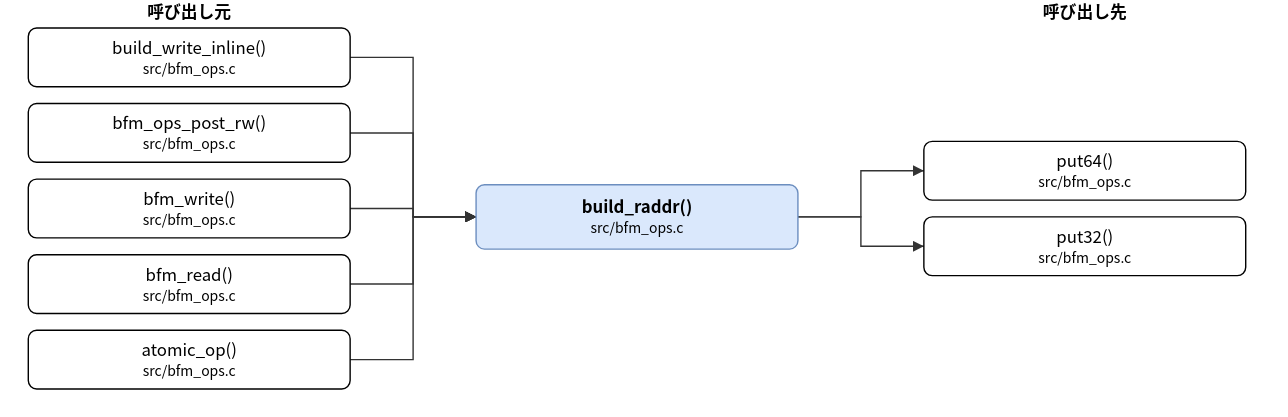
The draw.io diagram doc/spec/images/call_src_bfm_ops-build_raddr.drawio.svg in hf355051012-ai/bfmem, before a commit. Source tidied: cells renumbered, new cells last; positions are measured from the earlier drawing's top-left corner, leaving out a move shared by most shapes.
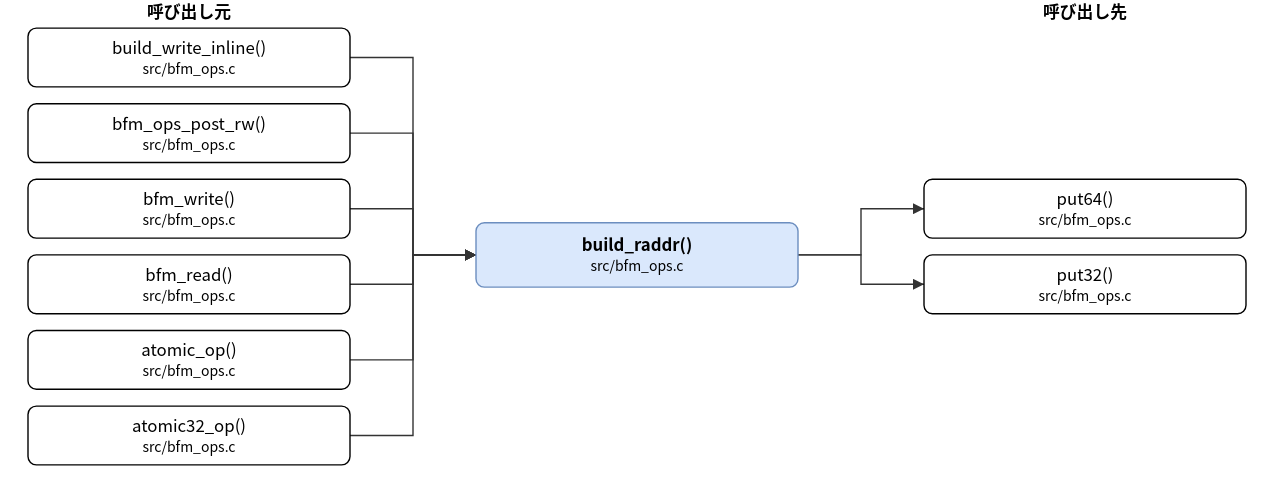
Above is the later version.

The edit, as a diff of the source:
```diff
@@ -3,7 +3,7 @@
     <mxCell id="0" />
     <mxCell id="1" parent="0" />
     <mxCell id="2" value="build_raddr()&lt;br&gt;&lt;font style=&quot;font-size:10px&quot;&gt;src/bfm_ops.c&lt;/font&gt;" style="rounded=1;whiteSpace=wrap;html=1;fillColor=#dae8fc;strokeColor=#6c8ebf;fontStyle=1;" parent="1" vertex="1">
-      <mxGeometry x="320" y="132" width="230" height="46" as="geometry" />
+      <mxGeometry x="320" y="159" width="230" height="46" as="geometry" />
     </mxCell>
     <mxCell id="3" value="build_write_inline()&lt;br&gt;&lt;font style=&quot;font-size:10px&quot;&gt;src/bfm_ops.c&lt;/font&gt;" style="rounded=1;whiteSpace=wrap;html=1;" parent="1" vertex="1">
       <mxGeometry y="20" width="230" height="42" as="geometry" />
@@ -20,17 +20,20 @@
     <mxCell id="7" value="atomic_op()&lt;br&gt;&lt;font style=&quot;font-size:10px&quot;&gt;src/bfm_ops.c&lt;/font&gt;" style="rounded=1;whiteSpace=wrap;html=1;" parent="1" vertex="1">
       <mxGeometry y="236" width="230" height="42" as="geometry" />
     </mxCell>
+    <mxCell id="19" value="atomic32_op()&lt;br&gt;&lt;font style=&quot;font-size:10px&quot;&gt;src/bfm_ops.c&lt;/font&gt;" style="rounded=1;whiteSpace=wrap;html=1;" parent="1" vertex="1">
+      <mxGeometry y="290" width="230" height="42" as="geometry" />
+    </mxCell>
     <mxCell id="8" value="put64()&lt;br&gt;&lt;font style=&quot;font-size:10px&quot;&gt;src/bfm_ops.c&lt;/font&gt;" style="rounded=1;whiteSpace=wrap;html=1;" parent="1" vertex="1">
-      <mxGeometry x="640" y="101" width="230" height="42" as="geometry" />
+      <mxGeometry x="640" y="128" width="230" height="42" as="geometry" />
     </mxCell>
     <mxCell id="9" value="put32()&lt;br&gt;&lt;font style=&quot;font-size:10px&quot;&gt;src/bfm_ops.c&lt;/font&gt;" style="rounded=1;whiteSpace=wrap;html=1;" parent="1" vertex="1">
-      <mxGeometry x="640" y="155" width="230" height="42" as="geometry" />
+      <mxGeometry x="640" y="182" width="230" height="42" as="geometry" />
     </mxCell>
     <mxCell id="10" style="edgeStyle=none;html=1;rounded=0;endArrow=block;endFill=1;exitX=1.0000;exitY=0.5000;exitDx=0;exitDy=0;exitPerimeter=0;entryX=0.0000;entryY=0.5000;entryDx=0;entryDy=0;entryPerimeter=0;" parent="1" edge="1" source="3" target="2">
       <mxGeometry relative="1" as="geometry">
         <Array as="points">
           <mxPoint x="275" y="41" />
-          <mxPoint x="275" y="155" />
+          <mxPoint x="275" y="182" />
         </Array>
       </mxGeometry>
     </mxCell>
@@ -38,7 +41,7 @@
       <mxGeometry relative="1" as="geometry">
         <Array as="points">
           <mxPoint x="275" y="95" />
-          <mxPoint x="275" y="155" />
+          <mxPoint x="275" y="182" />
         </Array>
       </mxGeometry>
     </mxCell>
@@ -46,7 +49,7 @@
       <mxGeometry relative="1" as="geometry">
         <Array as="points">
           <mxPoint x="275" y="149" />
-          <mxPoint x="275" y="155" />
+          <mxPoint x="275" y="182" />
         </Array>
       </mxGeometry>
     </mxCell>
@@ -54,7 +57,7 @@
       <mxGeometry relative="1" as="geometry">
         <Array as="points">
           <mxPoint x="275" y="203" />
-          <mxPoint x="275" y="155" />
+          <mxPoint x="275" y="182" />
         </Array>
       </mxGeometry>
     </mxCell>
@@ -62,26 +65,34 @@
       <mxGeometry relative="1" as="geometry">
         <Array as="points">
           <mxPoint x="275" y="257" />
-          <mxPoint x="275" y="155" />
+          <mxPoint x="275" y="182" />
         </Array>
       </mxGeometry>
     </mxCell>
-    <mxCell id="15" style="edgeStyle=none;html=1;rounded=0;endArrow=block;endFill=1;exitX=1.0000;exitY=0.5000;exitDx=0;exitDy=0;exitPerimeter=0;entryX=0.0000;entryY=0.5000;entryDx=0;entryDy=0;entryPerimeter=0;" parent="1" edge="1" source="2" target="8">
+    <mxCell id="15" style="edgeStyle=none;html=1;rounded=0;endArrow=block;endFill=1;exitX=1.0000;exitY=0.5000;exitDx=0;exitDy=0;exitPerimeter=0;entryX=0.0000;entryY=0.5000;entryDx=0;entryDy=0;entryPerimeter=0;" parent="1" edge="1" source="19" target="2">
       <mxGeometry relative="1" as="geometry">
         <Array as="points">
-          <mxPoint x="595" y="155" />
-          <mxPoint x="595" y="122" />
+          <mxPoint x="275" y="311" />
+          <mxPoint x="275" y="182" />
         </Array>
       </mxGeometry>
     </mxCell>
-    <mxCell id="16" style="edgeStyle=none;html=1;rounded=0;endArrow=block;endFill=1;exitX=1.0000;exitY=0.5000;exitDx=0;exitDy=0;exitPerimeter=0;entryX=0.0000;entryY=0.5000;entryDx=0;entryDy=0;entryPerimeter=0;" parent="1" edge="1" source="2" target="9">
+    <mxCell id="16" style="edgeStyle=none;html=1;rounded=0;endArrow=block;endFill=1;exitX=1.0000;exitY=0.5000;exitDx=0;exitDy=0;exitPerimeter=0;entryX=0.0000;entryY=0.5000;entryDx=0;entryDy=0;entryPerimeter=0;" parent="1" edge="1" source="2" target="8">
       <mxGeometry relative="1" as="geometry">
         <Array as="points">
-          <mxPoint x="595" y="155" />
-          <mxPoint x="595" y="176" />
+          <mxPoint x="595" y="182" />
+          <mxPoint x="595" y="149" />
         </Array>
       </mxGeometry>
     </mxCell>
+    <mxCell id="20" style="edgeStyle=none;html=1;rounded=0;endArrow=block;endFill=1;exitX=1.0000;exitY=0.5000;exitDx=0;exitDy=0;exitPerimeter=0;entryX=0.0000;entryY=0.5000;entryDx=0;entryDy=0;entryPerimeter=0;" parent="1" edge="1" source="2" target="9">
+      <mxGeometry relative="1" as="geometry">
+        <Array as="points">
+          <mxPoint x="595" y="182" />
+          <mxPoint x="595" y="203" />
+        </Array>
+      </mxGeometry>
+    </mxCell>
     <mxCell id="17" value="呼び出し元" style="text;html=1;align=center;fontStyle=1;" parent="1" vertex="1">
       <mxGeometry x="35" width="160" height="18" as="geometry" />
     </mxCell>
```
